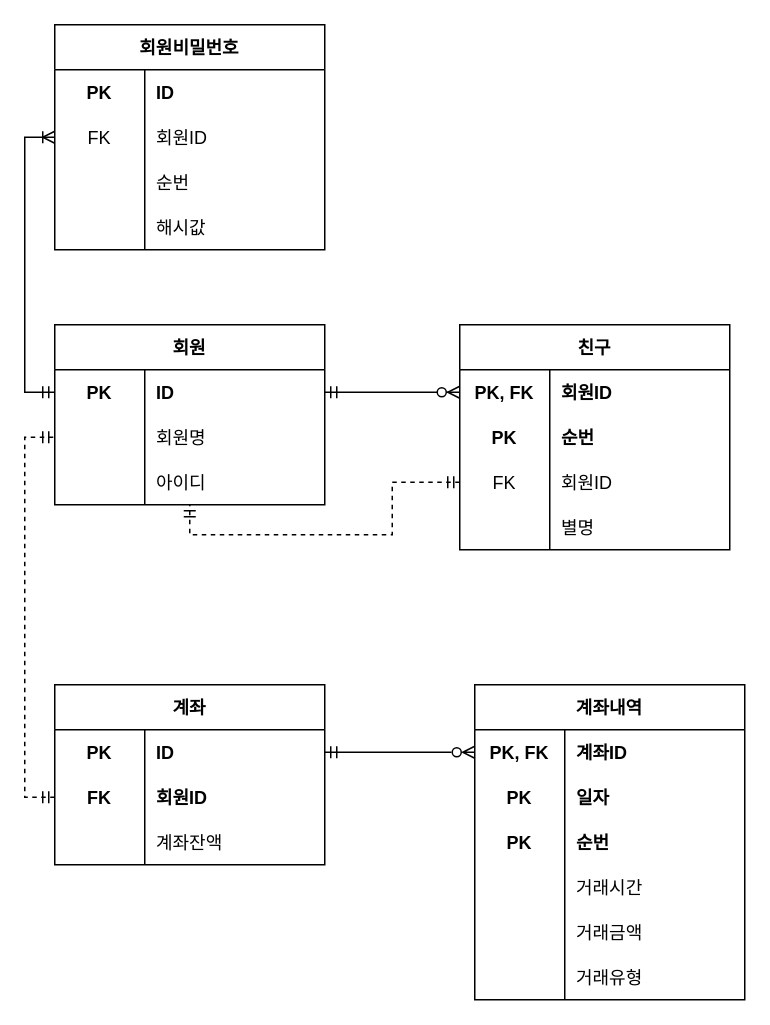
GangBean/bankingService keeps this draw.io diagram as 제목 없는 다이어그램.drawio. Above is the earlier version. Source tidied: cells renumbered, new cells numbered last; positions are measured from the earlier drawing's top-left corner, leaving out a move shared by most shapes. Both pictures are drawn from the tidied source at 150%, with x=0, y=0 at pixel (54, 24).
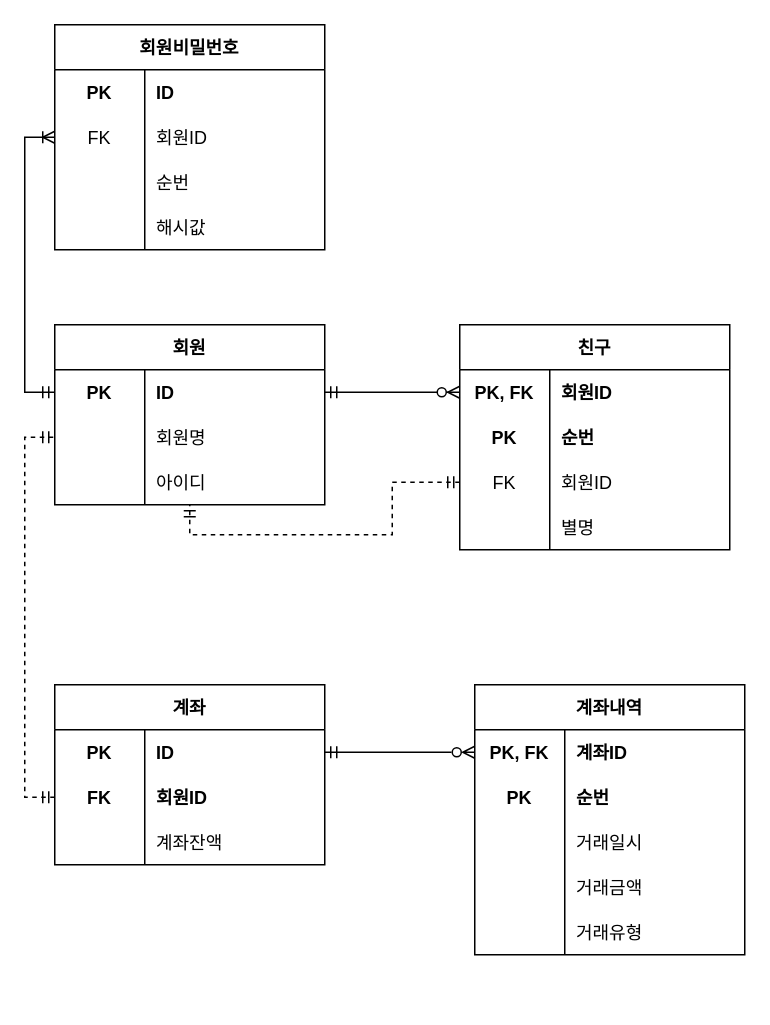
Above is the later version.

Diff of the diagram source:
```diff
@@
     <mxCell id="52" value="계좌내역" style="shape=table;startSize=30;childLayout=tableLayout;rowLines=0;fontStyle=1;align=center;" parent="1" vertex="1">
-      <mxGeometry x="280" y="440" width="180" height="210" as="geometry" />
+      <mxGeometry x="280" y="440" width="180" height="180" as="geometry" />
     </mxCell>
@@
-    <mxCell id="56" style="shape=tableRow;horizontal=0;startSize=0;swimlaneHead=0;swimlaneBody=0;fillColor=none;top=0;left=0;right=0;bottom=0;" parent="52" vertex="1">
-      <mxGeometry y="60" width="180" height="30" as="geometry" />
-    </mxCell>
-    <mxCell id="57" value="PK" style="shape=partialRectangle;fillColor=none;top=0;left=0;bottom=0;right=0;overflow=hidden;fontStyle=1;" parent="56" vertex="1">
-      <mxGeometry width="60" height="30" as="geometry" />
-    </mxCell>
-    <mxCell id="58" value="일자" style="shape=partialRectangle;fillColor=none;top=0;left=0;bottom=0;right=0;align=left;spacingLeft=6;overflow=hidden;fontStyle=1;" parent="56" vertex="1">
-      <mxGeometry x="60" width="120" height="30" as="geometry" />
-    </mxCell>
     <mxCell id="59" style="shape=tableRow;horizontal=0;startSize=0;swimlaneHead=0;swimlaneBody=0;fillColor=none;top=0;left=0;right=0;bottom=0;" parent="52" vertex="1">
-      <mxGeometry y="90" width="180" height="30" as="geometry" />
+      <mxGeometry y="60" width="180" height="30" as="geometry" />
     </mxCell>
@@
     <mxCell id="62" style="shape=tableRow;horizontal=0;startSize=0;swimlaneHead=0;swimlaneBody=0;fillColor=none;top=0;left=0;right=0;bottom=0;" parent="52" vertex="1">
-      <mxGeometry y="120" width="180" height="30" as="geometry" />
+      <mxGeometry y="90" width="180" height="30" as="geometry" />
     </mxCell>
@@
-    <mxCell id="64" value="거래시간" style="shape=partialRectangle;fillColor=none;top=0;left=0;bottom=0;right=0;align=left;spacingLeft=6;overflow=hidden;" parent="62" vertex="1">
+    <mxCell id="64" value="거래일시" style="shape=partialRectangle;fillColor=none;top=0;left=0;bottom=0;right=0;align=left;spacingLeft=6;overflow=hidden;" parent="62" vertex="1">
       <mxGeometry x="60" width="120" height="30" as="geometry" />
     </mxCell>
     <mxCell id="65" style="shape=tableRow;horizontal=0;startSize=0;swimlaneHead=0;swimlaneBody=0;fillColor=none;top=0;left=0;right=0;bottom=0;" parent="52" vertex="1">
-      <mxGeometry y="150" width="180" height="30" as="geometry" />
+      <mxGeometry y="120" width="180" height="30" as="geometry" />
     </mxCell>
@@
     <mxCell id="68" style="shape=tableRow;horizontal=0;startSize=0;swimlaneHead=0;swimlaneBody=0;fillColor=none;top=0;left=0;right=0;bottom=0;" parent="52" vertex="1">
-      <mxGeometry y="180" width="180" height="30" as="geometry" />
+      <mxGeometry y="150" width="180" height="30" as="geometry" />
     </mxCell>
```
